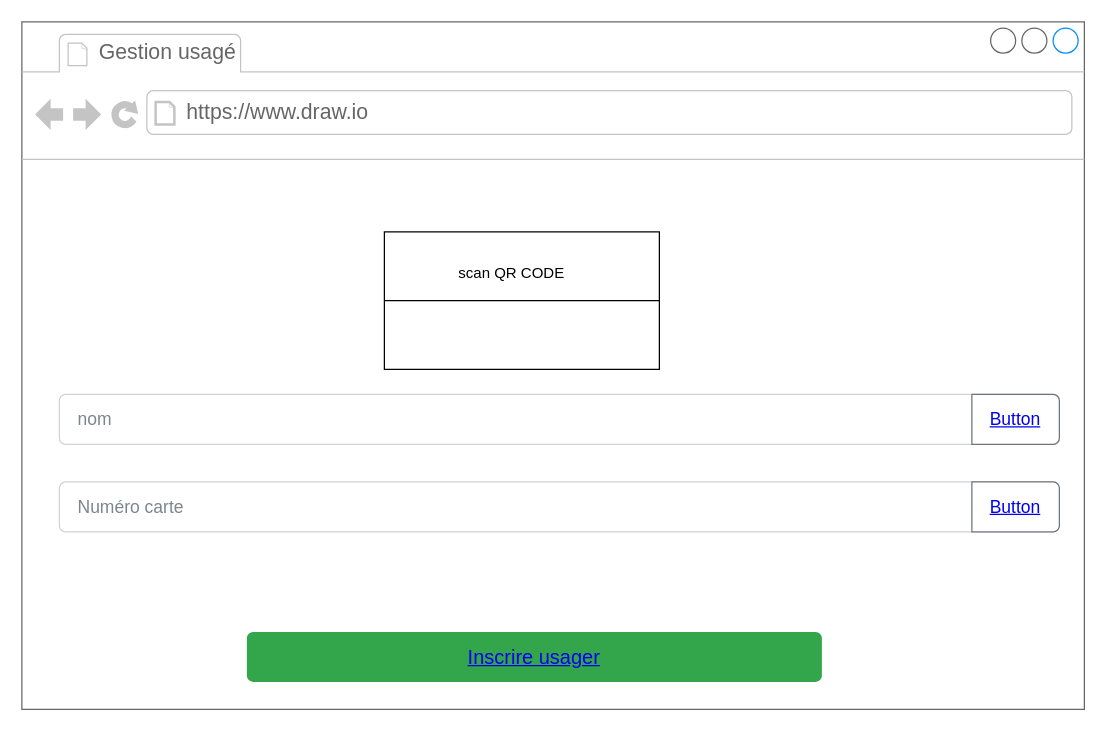
Above: page "usager" (2 of 8) of maquetter_une_application/realiser_la_maquette_ux_ui/phase_3/maquetage_personnel.drawio in Rustam0-0/cda (draw.io), before the change. Source tidied: cells renumbered, new cells numbered last; positions are measured from the earlier drawing's top-left corner, leaving out a move shared by most shapes. Both pictures are drawn from the tidied source at 125%, with x=0, y=0 at pixel (21, 21).
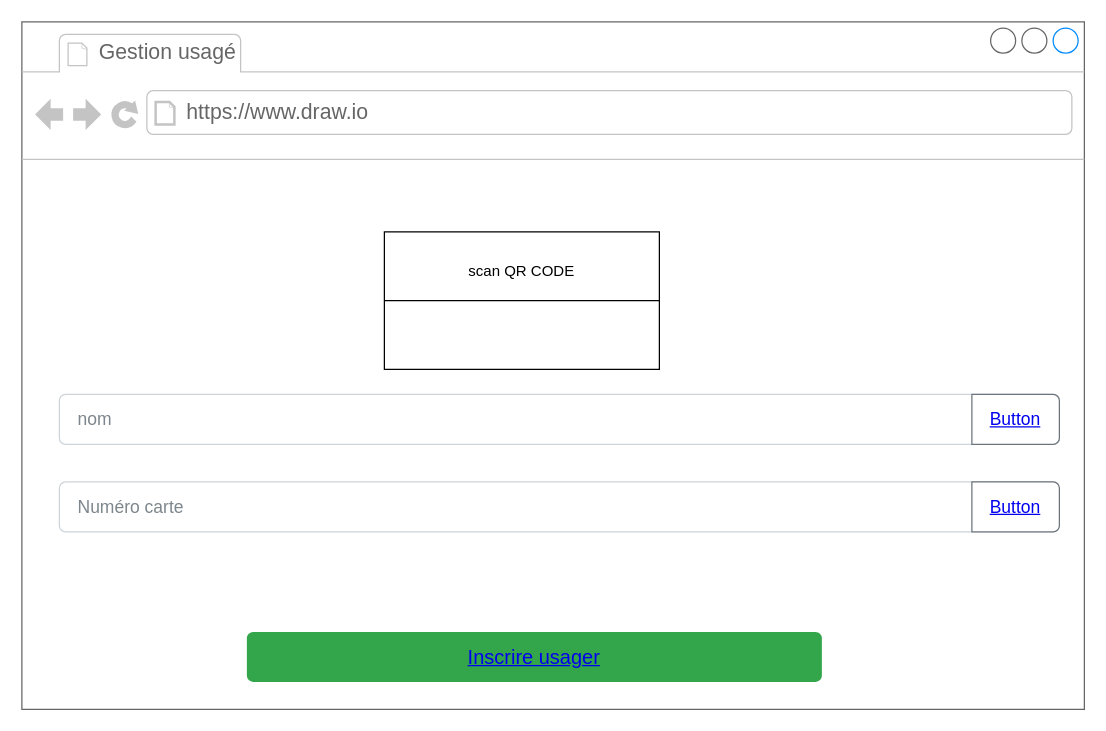
Above is the later version.

Change to the diagram source:
```diff
@@
 <mxGraphModel>
   <root>
     <mxCell id="0" />
     <mxCell id="1" parent="0" />
     <mxCell id="2" style="strokeWidth=1;shadow=0;dashed=0;align=center;html=1;shape=mxgraph.mockup.containers.browserWindow;rSize=0;strokeColor=#666666;strokeColor2=#008cff;strokeColor3=#c4c4c4;mainText=,;" parent="1" vertex="1">
       <mxGeometry width="850" height="550" as="geometry" />
     </mxCell>
     <mxCell id="3" value="Gestion usagé" style="strokeWidth=1;shadow=0;dashed=0;align=center;html=1;shape=mxgraph.mockup.containers.anchor;fontSize=17;fontColor=#666666;align=left;" parent="2" vertex="1">
       <mxGeometry x="60" y="12" width="110" height="26" as="geometry" />
     </mxCell>
     <mxCell id="4" value="https://www.draw.io" style="strokeWidth=1;shadow=0;dashed=0;align=center;html=1;shape=mxgraph.mockup.containers.anchor;rSize=0;fontSize=17;fontColor=#666666;align=left;" parent="2" vertex="1">
       <mxGeometry x="130" y="60" width="250" height="26" as="geometry" />
     </mxCell>
     <mxCell id="5" value="Numéro carte" style="html=1;shadow=0;dashed=0;shape=mxgraph.bootstrap.rrect;rSize=5;strokeColor=#CED4DA;html=1;whiteSpace=wrap;fillColor=#FFFFFF;fontColor=#7D868C;align=left;spacingLeft=0;spacing=15;fontSize=14;" parent="2" vertex="1">
       <mxGeometry x="30" y="368" width="800" height="40" as="geometry" />
     </mxCell>
     <mxCell id="6" value="&lt;a href=&quot;data:page/id,OX6uhfGl7QoH1h6OVBTH&quot;&gt;Button&lt;/a&gt;" style="html=1;shadow=0;dashed=0;shape=mxgraph.bootstrap.rightButton;strokeColor=#6C757D;gradientColor=inherit;fontColor=inherit;fillColor=inherit;rSize=5;perimeter=none;whiteSpace=wrap;fontSize=14;" parent="5" vertex="1">
       <mxGeometry x="1" width="70" height="40" relative="1" as="geometry">
         <mxPoint x="-70" as="offset" />
       </mxGeometry>
     </mxCell>
     <mxCell id="7" value="&lt;a href=&quot;data:page/id,KjxrHHM_2eM6QNUSWkjc&quot;&gt;Inscrire usager&lt;/a&gt;" style="html=1;shadow=0;dashed=0;shape=mxgraph.bootstrap.rrect;rSize=5;strokeColor=none;strokeWidth=1;fillColor=#33A64C;fontColor=#FFFFFF;whiteSpace=wrap;align=center;verticalAlign=middle;spacingLeft=0;fontStyle=0;fontSize=16;spacing=5;" parent="2" vertex="1">
       <mxGeometry x="180" y="488" width="460" height="40" as="geometry" />
     </mxCell>
     <mxCell id="8" style="rounded=0;whiteSpace=wrap;html=1;" parent="2" vertex="1">
       <mxGeometry x="290" y="168" width="220" height="110" as="geometry" />
     </mxCell>
     <mxCell id="9" style="endArrow=none;html=1;rounded=0;exitX=0;exitY=0.5;exitDx=0;exitDy=0;entryX=1;entryY=0.5;entryDx=0;entryDy=0;" parent="2" edge="1" source="8" target="8">
       <mxGeometry relative="1" as="geometry" />
     </mxCell>
     <mxCell id="10" value="nom" style="html=1;shadow=0;dashed=0;shape=mxgraph.bootstrap.rrect;rSize=5;strokeColor=#CED4DA;html=1;whiteSpace=wrap;fillColor=#FFFFFF;fontColor=#7D868C;align=left;spacingLeft=0;spacing=15;fontSize=14;" parent="2" vertex="1">
       <mxGeometry x="30" y="298" width="800" height="40" as="geometry" />
     </mxCell>
     <mxCell id="11" value="&lt;a href=&quot;data:page/id,OX6uhfGl7QoH1h6OVBTH&quot;&gt;Button&lt;/a&gt;" style="html=1;shadow=0;dashed=0;shape=mxgraph.bootstrap.rightButton;strokeColor=#6C757D;gradientColor=inherit;fontColor=inherit;fillColor=inherit;rSize=5;perimeter=none;whiteSpace=wrap;fontSize=14;" parent="10" vertex="1">
       <mxGeometry x="1" width="70" height="40" relative="1" as="geometry">
         <mxPoint x="-70" as="offset" />
       </mxGeometry>
     </mxCell>
-    <mxCell id="12" value="scan QR CODE" style="text;html=1;strokeColor=none;fillColor=none;align=center;verticalAlign=middle;whiteSpace=wrap;rounded=0;" parent="1" vertex="1">
-      <mxGeometry x="322" y="191" width="140" height="20" as="geometry" />
+    <mxCell id="12" value="scan QR CODE" style="text;html=1;strokeColor=none;fillColor=none;align=center;verticalAlign=middle;whiteSpace=wrap;rounded=0;" parent="2" vertex="1">
+      <mxGeometry x="330" y="190" width="140" height="20" as="geometry" />
     </mxCell>
   </root>
 </mxGraphModel>
```
